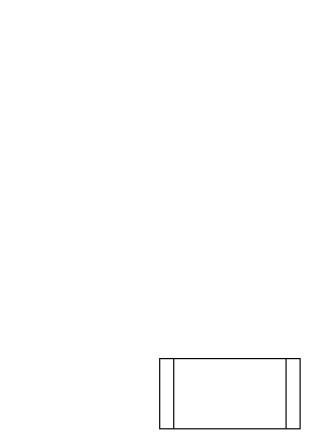
The draw.io diagram Architecture diagram.drawio in BYODAlcatraz/BYODAlcatraz.github.io, before the edit. Source tidied: cells renumbered, new cells numbered last; positions are measured from the earlier drawing's top-left corner, leaving out a move shared by most shapes. Both pictures are drawn from the tidied source at 117%, with x=0, y=0 at pixel (159, 358).
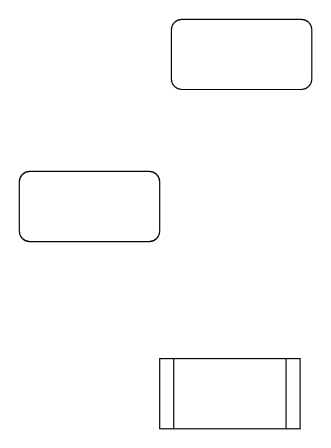
The same diagram, later.

Change to the diagram source:
```diff
@@
 <mxGraphModel>
   <root>
     <mxCell id="0" />
     <mxCell id="1" parent="0" />
+    <mxCell id="3" style="rounded=1;whiteSpace=wrap;html=1;" parent="1" vertex="1">
+      <mxGeometry x="-120" y="-160" width="120" height="60" as="geometry" />
+    </mxCell>
     <mxCell id="2" style="shape=process;whiteSpace=wrap;html=1;backgroundOutline=1;" parent="1" vertex="1">
       <mxGeometry width="120" height="60" as="geometry" />
     </mxCell>
+    <mxCell id="4" style="rounded=1;whiteSpace=wrap;html=1;" parent="1" vertex="1">
+      <mxGeometry x="10" y="-290" width="120" height="60" as="geometry" />
+    </mxCell>
   </root>
 </mxGraphModel>
```
